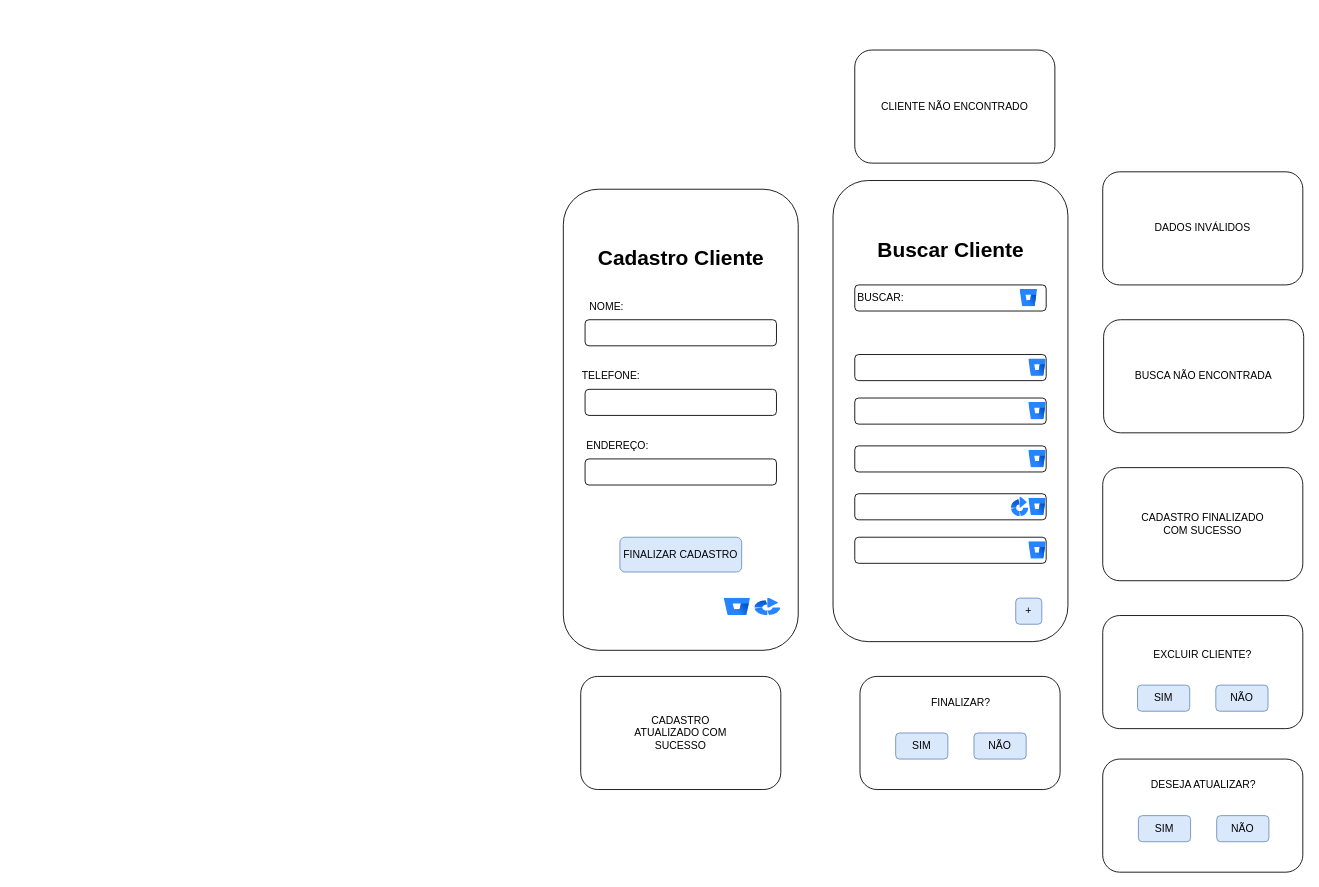
This is page "Página-1" (1 of 10) of DOC/tela.drawio from juliareis14/avatar.app, a draw.io file, before an edit. Source tidied: cells renumbered, new cells numbered last; positions are measured from the earlier drawing's top-left corner, leaving out a move shared by most shapes. Both pictures are drawn from the tidied source at 87%, with x=0, y=0 at pixel (563, 50).
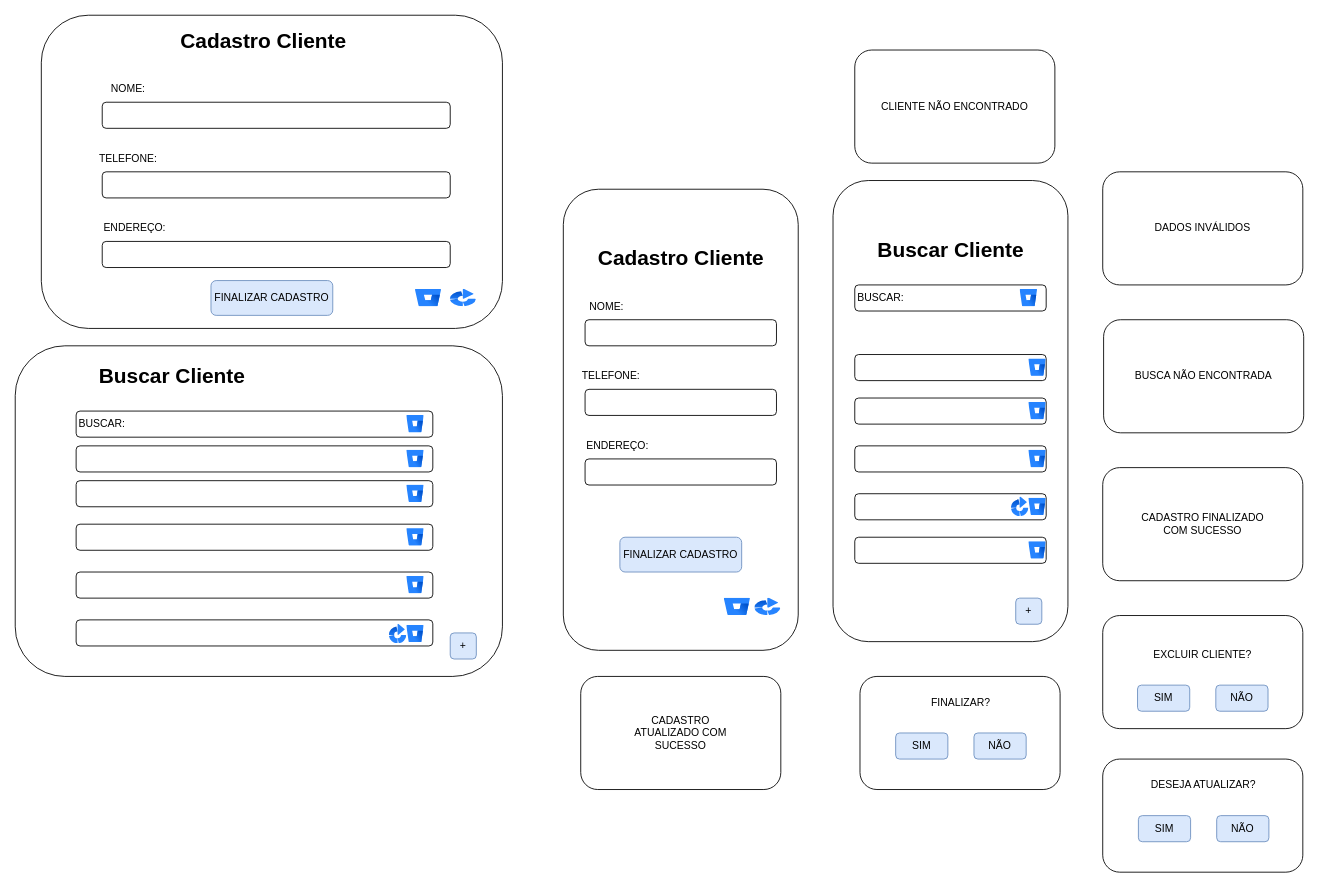
After the change.

Change to the diagram source:
```diff
@@
+    <mxCell id="49" style="rounded=1;whiteSpace=wrap;html=1;" parent="1" vertex="1">
+      <mxGeometry x="-630" y="340" width="560" height="380" as="geometry" />
+    </mxCell>
+    <mxCell id="50" value="Buscar Cliente" style="text;strokeColor=none;fillColor=none;html=1;fontSize=24;fontStyle=1;verticalAlign=middle;align=center;" parent="1" vertex="1">
+      <mxGeometry x="-500" y="355" width="100" height="40" as="geometry" />
+    </mxCell>
+    <mxCell id="51" style="rounded=1;whiteSpace=wrap;html=1;" parent="1" vertex="1">
+      <mxGeometry x="-560" y="415" width="410" height="30" as="geometry" />
+    </mxCell>
+    <mxCell id="52" value="BUSCAR:" style="text;html=1;align=center;verticalAlign=middle;whiteSpace=wrap;rounded=0;" parent="1" vertex="1">
+      <mxGeometry x="-560" y="415" width="60" height="30" as="geometry" />
+    </mxCell>
+    <mxCell id="53" style="image;html=1;image=img/lib/atlassian/Bitbucket_Logo.svg;" parent="1" vertex="1">
+      <mxGeometry x="-180" y="420" width="20" height="20" as="geometry" />
+    </mxCell>
+    <mxCell id="54" style="rounded=1;whiteSpace=wrap;html=1;" parent="1" vertex="1">
+      <mxGeometry x="-560" y="495" width="410" height="30" as="geometry" />
+    </mxCell>
+    <mxCell id="55" style="rounded=1;whiteSpace=wrap;html=1;" parent="1" vertex="1">
+      <mxGeometry x="-560" y="545" width="410" height="30" as="geometry" />
+    </mxCell>
+    <mxCell id="56" style="rounded=1;whiteSpace=wrap;html=1;" parent="1" vertex="1">
+      <mxGeometry x="-560" y="600" width="410" height="30" as="geometry" />
+    </mxCell>
+    <mxCell id="57" style="rounded=1;whiteSpace=wrap;html=1;" parent="1" vertex="1">
+      <mxGeometry x="-560" y="655" width="410" height="30" as="geometry" />
+    </mxCell>
+    <mxCell id="58" style="rounded=1;whiteSpace=wrap;html=1;" parent="1" vertex="1">
+      <mxGeometry x="-560" y="455" width="410" height="30" as="geometry" />
+    </mxCell>
+    <mxCell id="59" style="image;html=1;image=img/lib/atlassian/Bitbucket_Logo.svg;" parent="1" vertex="1">
+      <mxGeometry x="-180" y="500" width="20" height="20" as="geometry" />
+    </mxCell>
+    <mxCell id="60" style="image;html=1;image=img/lib/atlassian/Bitbucket_Logo.svg;" parent="1" vertex="1">
+      <mxGeometry x="-180" y="550" width="20" height="20" as="geometry" />
+    </mxCell>
+    <mxCell id="61" style="image;html=1;image=img/lib/atlassian/Bitbucket_Logo.svg;" parent="1" vertex="1">
+      <mxGeometry x="-180" y="605" width="20" height="20" as="geometry" />
+    </mxCell>
+    <mxCell id="62" style="image;html=1;image=img/lib/atlassian/Bitbucket_Logo.svg;" parent="1" vertex="1">
+      <mxGeometry x="-180" y="661.2" width="20" height="20" as="geometry" />
+    </mxCell>
+    <mxCell id="63" style="image;html=1;image=img/lib/atlassian/Bitbucket_Logo.svg;" parent="1" vertex="1">
+      <mxGeometry x="-180" y="460" width="20" height="20" as="geometry" />
+    </mxCell>
+    <mxCell id="64" style="image;html=1;image=img/lib/atlassian/Bamboo_Logo.svg;direction=east;" parent="1" vertex="1">
+      <mxGeometry x="-200" y="660" width="20" height="22.5" as="geometry" />
+    </mxCell>
+    <mxCell id="65" value="+" style="rounded=1;whiteSpace=wrap;html=1;direction=south;fillColor=#dae8fc;strokeColor=#6c8ebf;" parent="1" vertex="1">
+      <mxGeometry x="-130" y="670" width="30" height="30" as="geometry" />
+    </mxCell>
+    <mxCell id="66" style="rounded=1;whiteSpace=wrap;html=1;" parent="1" vertex="1">
+      <mxGeometry x="-600" y="-40" width="530" height="360" as="geometry" />
+    </mxCell>
+    <mxCell id="67" value="Cadastro Cliente" style="text;strokeColor=none;fillColor=none;html=1;fontSize=24;fontStyle=1;verticalAlign=middle;align=center;" parent="1" vertex="1">
+      <mxGeometry x="-395" y="-30" width="100" height="40" as="geometry" />
+    </mxCell>
+    <mxCell id="68" style="rounded=1;whiteSpace=wrap;html=1;" parent="1" vertex="1">
+      <mxGeometry x="-530" y="60" width="400" height="30" as="geometry" />
+    </mxCell>
+    <mxCell id="69" style="rounded=1;whiteSpace=wrap;html=1;" parent="1" vertex="1">
+      <mxGeometry x="-530" y="140" width="400" height="30" as="geometry" />
+    </mxCell>
+    <mxCell id="70" style="rounded=1;whiteSpace=wrap;html=1;" parent="1" vertex="1">
+      <mxGeometry x="-530" y="220" width="400" height="30" as="geometry" />
+    </mxCell>
+    <mxCell id="71" value="NOME:" style="text;html=1;align=center;verticalAlign=middle;whiteSpace=wrap;rounded=0;" parent="1" vertex="1">
+      <mxGeometry x="-530" y="30" width="60" height="30" as="geometry" />
+    </mxCell>
+    <mxCell id="72" value="TELEFONE:" style="text;html=1;align=center;verticalAlign=middle;whiteSpace=wrap;rounded=0;" parent="1" vertex="1">
+      <mxGeometry x="-530" y="110" width="60" height="30" as="geometry" />
+    </mxCell>
+    <mxCell id="73" value="ENDEREÇO:" style="text;html=1;align=center;verticalAlign=middle;whiteSpace=wrap;rounded=0;" parent="1" vertex="1">
+      <mxGeometry x="-530" y="190" width="75" height="30" as="geometry" />
+    </mxCell>
+    <mxCell id="74" value="FINALIZAR CADASTRO" style="rounded=1;whiteSpace=wrap;html=1;fillColor=#dae8fc;strokeColor=#6c8ebf;" parent="1" vertex="1">
+      <mxGeometry x="-405" y="265" width="140" height="40" as="geometry" />
+    </mxCell>
+    <mxCell id="75" style="image;html=1;image=img/lib/atlassian/Bitbucket_Logo.svg;" parent="1" vertex="1">
+      <mxGeometry x="-170" y="275" width="30" height="20" as="geometry" />
+    </mxCell>
+    <mxCell id="76" style="image;html=1;image=img/lib/atlassian/Bamboo_Logo.svg;" parent="1" vertex="1">
+      <mxGeometry x="-130" y="275" width="30" height="20" as="geometry" />
+    </mxCell>
```
